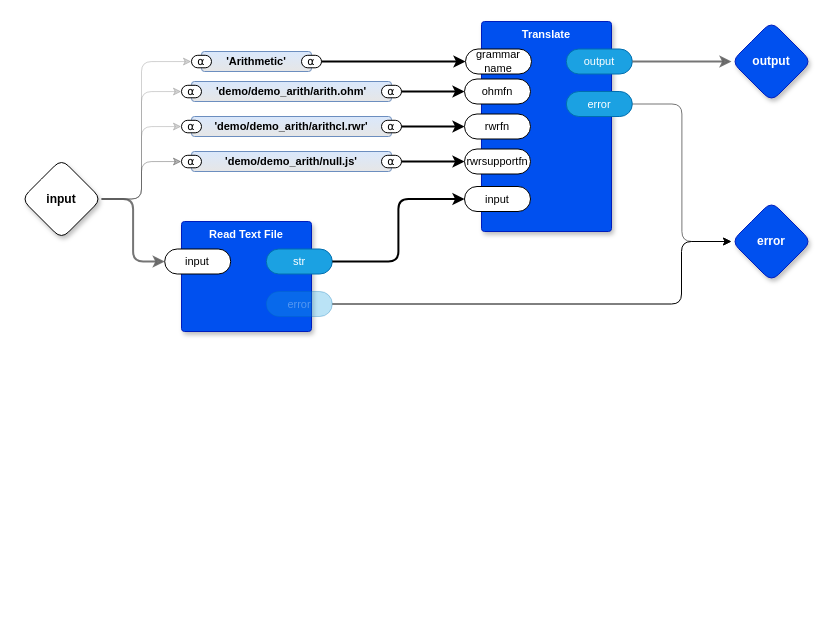
This is page "main" (1 of 11) of src/demo_arith.drawio from guitarvydas/0dproto, a draw.io file, before an edit. Source tidied: cells renumbered, new cells numbered last; positions are measured from the earlier drawing's top-left corner, leaving out a move shared by most shapes. Both pictures are drawn from the tidied source at 100%, with x=0, y=0 at pixel (21, 21).
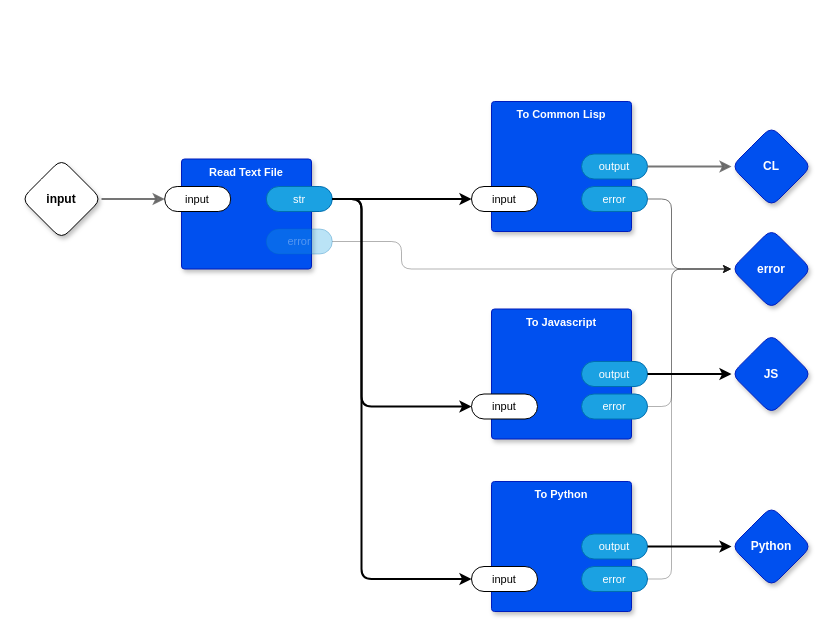
Above is the later version.

The change refers to these unchanged cells:
```xml
<mxCell id="7" value="input" style="rhombus;whiteSpace=wrap;html=1;rounded=1;fontStyle=1;glass=0;sketch=0;fontSize=12;points=[[0,0.5,0,0,0],[0.5,0,0,0,0],[0.5,1,0,0,0],[1,0.5,0,0,0]];shadow=1;fontFamily=Helvetica;fontColor=default;" parent="1" vertex="1">
  <mxGeometry y="137.5" width="80" height="80" as="geometry" />
</mxCell>
<mxCell id="22" value="str" style="rounded=1;whiteSpace=wrap;html=1;sketch=0;points=[[0,0.5,0,0,0],[1,0.5,0,0,0]];fillColor=#1ba1e2;fontColor=#ffffff;strokeColor=#006EAF;arcSize=50;fontFamily=Helvetica;fontSize=11;" parent="20" vertex="1">
  <mxGeometry x="84.8" y="27.5" width="66" height="25" as="geometry" />
</mxCell>
<mxCell id="23" value="error" style="rounded=1;whiteSpace=wrap;html=1;sketch=0;points=[[0,0.5,0,0,0],[1,0.5,0,0,0]];fillColor=#1ba1e2;fontColor=#ffffff;strokeColor=#006EAF;arcSize=50;fontFamily=Helvetica;fontSize=11;textOpacity=30;opacity=30;" parent="20" vertex="1">
  <mxGeometry x="84.8" y="70" width="66" height="25" as="geometry" />
</mxCell>
```

Change to the diagram source:
```diff
@@
-    <mxCell id="3" style="edgeStyle=orthogonalEdgeStyle;shape=connector;rounded=1;jumpStyle=arc;jettySize=auto;html=1;exitX=1;exitY=0.5;exitDx=0;exitDy=0;exitPerimeter=0;entryX=0;entryY=0.5;entryDx=0;entryDy=0;entryPerimeter=0;labelBackgroundColor=default;strokeColor=#666666;strokeWidth=1;fontFamily=Helvetica;fontSize=11;fontColor=default;endArrow=classic;fillColor=#f5f5f5;opacity=30;" parent="1" edge="1" source="7" target="39">
-      <mxGeometry relative="1" as="geometry" />
-    </mxCell>
-    <mxCell id="4" style="edgeStyle=orthogonalEdgeStyle;shape=connector;rounded=1;jumpStyle=none;jettySize=auto;html=1;exitX=1;exitY=0.5;exitDx=0;exitDy=0;exitPerimeter=0;entryX=0;entryY=0.5;entryDx=0;entryDy=0;entryPerimeter=0;labelBackgroundColor=default;strokeColor=#666666;strokeWidth=1;fontFamily=Helvetica;fontSize=11;fontColor=default;endArrow=classic;fillColor=#f5f5f5;opacity=30;" parent="1" edge="1" source="7" target="35">
-      <mxGeometry relative="1" as="geometry" />
-    </mxCell>
-    <mxCell id="5" style="edgeStyle=orthogonalEdgeStyle;shape=connector;rounded=1;jumpStyle=none;jettySize=auto;html=1;exitX=1;exitY=0.5;exitDx=0;exitDy=0;exitPerimeter=0;entryX=0;entryY=0.5;entryDx=0;entryDy=0;entryPerimeter=0;labelBackgroundColor=default;strokeColor=#666666;strokeWidth=1;fontFamily=Helvetica;fontSize=11;fontColor=default;endArrow=classic;fillColor=#f5f5f5;opacity=30;" parent="1" edge="1" source="7" target="28">
-      <mxGeometry relative="1" as="geometry">
-        <Array as="points">
-          <mxPoint x="120" y="178" />
-          <mxPoint x="120" y="40" />
-        </Array>
-      </mxGeometry>
-    </mxCell>
-    <mxCell id="6" style="edgeStyle=orthogonalEdgeStyle;rounded=1;jettySize=auto;html=1;exitX=1;exitY=0.5;exitDx=0;exitDy=0;exitPerimeter=0;entryX=0;entryY=0.5;entryDx=0;entryDy=0;entryPerimeter=0;opacity=30;" parent="1" edge="1" source="7" target="31">
-      <mxGeometry relative="1" as="geometry" />
-    </mxCell>
@@
-    <mxCell id="8" value="output" style="rhombus;whiteSpace=wrap;html=1;rounded=1;fillColor=#0050ef;fontColor=#ffffff;strokeColor=#001DBC;fontStyle=1;glass=0;sketch=0;fontSize=12;points=[[0,0.5,0,0,0],[0.5,0,0,0,0],[0.5,1,0,0,0],[1,0.5,0,0,0]];shadow=1;fontFamily=Helvetica;" parent="1" vertex="1">
-      <mxGeometry x="710" width="80" height="80" as="geometry" />
+    <mxCell id="8" value="CL" style="rhombus;whiteSpace=wrap;html=1;rounded=1;fillColor=#0050ef;fontColor=#ffffff;strokeColor=#001DBC;fontStyle=1;glass=0;sketch=0;fontSize=12;points=[[0,0.5,0,0,0],[0.5,0,0,0,0],[0.5,1,0,0,0],[1,0.5,0,0,0]];shadow=1;fontFamily=Helvetica;" parent="1" vertex="1">
+      <mxGeometry x="710" y="105" width="80" height="80" as="geometry" />
     </mxCell>
-    <mxCell id="9" value="Translate" style="rounded=1;whiteSpace=wrap;html=1;sketch=0;verticalAlign=top;arcSize=6;fontStyle=1;absoluteArcSize=1;shadow=1;strokeColor=#001DBC;fillColor=#0050ef;fontColor=#ffffff;fontFamily=Helvetica;fontSize=11;" parent="1" vertex="1">
-      <mxGeometry x="460" width="130" height="210" as="geometry" />
+    <mxCell id="9" value="To Common Lisp" style="rounded=1;whiteSpace=wrap;html=1;sketch=0;verticalAlign=top;arcSize=6;fontStyle=1;absoluteArcSize=1;shadow=1;strokeColor=#001DBC;fillColor=#0050ef;fontColor=#ffffff;fontFamily=Helvetica;fontSize=11;" parent="1" vertex="1">
+      <mxGeometry x="470" y="80" width="140" height="130" as="geometry" />
     </mxCell>
-    <mxCell id="10" value="ohmfn" style="rounded=1;whiteSpace=wrap;html=1;sketch=0;points=[[0,0.5,0,0,0],[1,0.5,0,0,0]];arcSize=50;fontFamily=Helvetica;fontSize=11;fontColor=default;fontStyle=0;" parent="9" vertex="1">
-      <mxGeometry x="-17" y="57.5" width="66" height="25" as="geometry" />
-    </mxCell>
+    <mxCell id="14" value="input" style="rounded=1;whiteSpace=wrap;html=1;sketch=0;points=[[0,0.5,0,0,0],[1,0.5,0,0,0]];arcSize=50;fontFamily=Helvetica;fontSize=11;fontColor=default;" parent="9" vertex="1">
+      <mxGeometry x="-20" y="85" width="66" height="25" as="geometry" />
+    </mxCell>
     <mxCell id="11" value="output" style="rounded=1;whiteSpace=wrap;html=1;sketch=0;points=[[0,0.5,0,0,0],[1,0.5,0,0,0]];fillColor=#1ba1e2;fontColor=#ffffff;strokeColor=#006EAF;arcSize=50;fontFamily=Helvetica;fontSize=11;" parent="9" vertex="1">
-      <mxGeometry x="84.8" y="27.5" width="66" height="25" as="geometry" />
+      <mxGeometry x="90" y="52.5" width="66" height="25" as="geometry" />
     </mxCell>
     <mxCell id="12" value="error" style="rounded=1;whiteSpace=wrap;html=1;sketch=0;points=[[0,0.5,0,0,0],[1,0.5,0,0,0]];fillColor=#1ba1e2;fontColor=#ffffff;strokeColor=#006EAF;arcSize=50;fontFamily=Helvetica;fontSize=11;" parent="9" vertex="1">
-      <mxGeometry x="84.8" y="70" width="66" height="25" as="geometry" />
+      <mxGeometry x="90" y="85" width="66" height="25" as="geometry" />
     </mxCell>
-    <mxCell id="13" value="rwrfn" style="rounded=1;whiteSpace=wrap;html=1;sketch=0;points=[[0,0.5,0,0,0],[1,0.5,0,0,0]];arcSize=50;fontFamily=Helvetica;fontSize=11;fontColor=default;" parent="9" vertex="1">
-      <mxGeometry x="-17" y="92.5" width="66" height="25" as="geometry" />
-    </mxCell>
-    <mxCell id="14" value="input" style="rounded=1;whiteSpace=wrap;html=1;sketch=0;points=[[0,0.5,0,0,0],[1,0.5,0,0,0]];arcSize=50;fontFamily=Helvetica;fontSize=11;fontColor=default;" parent="9" vertex="1">
-      <mxGeometry x="-17" y="165" width="66" height="25" as="geometry" />
-    </mxCell>
-    <mxCell id="15" value="grammar name" style="rounded=1;whiteSpace=wrap;html=1;sketch=0;points=[[0,0.5,0,0,0],[1,0.5,0,0,0]];arcSize=50;fontFamily=Helvetica;fontSize=11;fontColor=default;" parent="9" vertex="1">
-      <mxGeometry x="-16" y="27.5" width="66" height="25" as="geometry" />
-    </mxCell>
-    <mxCell id="16" value="rwrsupportfn" style="rounded=1;whiteSpace=wrap;html=1;sketch=0;points=[[0,0.5,0,0,0],[1,0.5,0,0,0]];arcSize=50;fontFamily=Helvetica;fontSize=11;fontColor=default;" parent="9" vertex="1">
-      <mxGeometry x="-17" y="127.5" width="66" height="25" as="geometry" />
-    </mxCell>
@@
     <mxCell id="18" value="error" style="rhombus;whiteSpace=wrap;html=1;rounded=1;fillColor=#0050ef;fontColor=#ffffff;strokeColor=#001DBC;fontStyle=1;glass=0;sketch=0;fontSize=12;points=[[0,0.5,0,0,0],[0.5,0,0,0,0],[0.5,1,0,0,0],[1,0.5,0,0,0]];shadow=1;fontFamily=Helvetica;" parent="1" vertex="1">
-      <mxGeometry x="710" y="180" width="80" height="80" as="geometry" />
+      <mxGeometry x="710" y="207.5" width="80" height="80" as="geometry" />
     </mxCell>
     <mxCell id="19" style="edgeStyle=orthogonalEdgeStyle;shape=connector;rounded=1;jumpStyle=arc;jettySize=auto;html=1;exitX=1;exitY=0.5;exitDx=0;exitDy=0;exitPerimeter=0;entryX=0;entryY=0.5;entryDx=0;entryDy=0;entryPerimeter=0;labelBackgroundColor=default;strokeColor=#666666;strokeWidth=1;fontFamily=Helvetica;fontSize=11;fontColor=default;endArrow=classic;fillColor=#f5f5f5;opacity=90;" parent="1" edge="1" source="12" target="18">
-      <mxGeometry relative="1" as="geometry" />
+      <mxGeometry relative="1" as="geometry">
+        <Array as="points">
+          <mxPoint x="650" y="178" />
+          <mxPoint x="650" y="248" />
+        </Array>
+      </mxGeometry>
     </mxCell>
     <mxCell id="20" value="Read Text File" style="rounded=1;whiteSpace=wrap;html=1;sketch=0;verticalAlign=top;arcSize=6;fontStyle=1;absoluteArcSize=1;shadow=1;strokeColor=#001DBC;fillColor=#0050ef;fontColor=#ffffff;fontFamily=Helvetica;fontSize=11;" parent="1" vertex="1">
-      <mxGeometry x="160" y="200" width="130" height="110" as="geometry" />
+      <mxGeometry x="160" y="137.5" width="130" height="110" as="geometry" />
     </mxCell>
@@
-    <mxCell id="25" style="edgeStyle=orthogonalEdgeStyle;rounded=1;jettySize=auto;html=1;exitX=1;exitY=0.5;exitDx=0;exitDy=0;exitPerimeter=0;entryX=0;entryY=0.5;entryDx=0;entryDy=0;entryPerimeter=0;" parent="1" edge="1" source="23" target="18">
+    <mxCell id="25" style="edgeStyle=orthogonalEdgeStyle;rounded=1;jettySize=auto;html=1;exitX=1;exitY=0.5;exitDx=0;exitDy=0;exitPerimeter=0;entryX=0;entryY=0.5;entryDx=0;entryDy=0;entryPerimeter=0;opacity=30;" parent="1" edge="1" source="23" target="18">
       <mxGeometry relative="1" as="geometry">
         <Array as="points">
-          <mxPoint x="660" y="283" />
-          <mxPoint x="660" y="220" />
+          <mxPoint x="380" y="220" />
+          <mxPoint x="380" y="248" />
         </Array>
       </mxGeometry>
     </mxCell>
-    <mxCell id="26" value="'Arithmetic'" style="rounded=1;whiteSpace=wrap;html=1;sketch=0;verticalAlign=middle;arcSize=6;fontStyle=1;absoluteArcSize=1;shadow=0;strokeColor=#6c8ebf;fillColor=#dae8fc;fontFamily=Helvetica;fontSize=11;gradientColor=#E6E6E6;" parent="1" vertex="1">
-      <mxGeometry x="180" y="30" width="110" height="20" as="geometry" />
-    </mxCell>
-    <mxCell id="27" value="⍺" style="rounded=1;whiteSpace=wrap;html=1;sketch=0;points=[[0,0.5,0,0,0],[1,0.5,0,0,0]];arcSize=50;fontFamily=Helvetica;fontSize=11;fontColor=default;" parent="26" vertex="1">
-      <mxGeometry x="100" y="3.8" width="20" height="12.5" as="geometry" />
-    </mxCell>
-    <mxCell id="28" value="⍺" style="rounded=1;whiteSpace=wrap;html=1;sketch=0;points=[[0,0.5,0,0,0],[1,0.5,0,0,0]];arcSize=50;fontFamily=Helvetica;fontSize=11;fontColor=default;" parent="26" vertex="1">
-      <mxGeometry x="-10" y="3.8" width="20" height="12.5" as="geometry" />
-    </mxCell>
-    <mxCell id="29" value="'demo/demo_arith/null.js'" style="rounded=1;whiteSpace=wrap;html=1;sketch=0;verticalAlign=middle;arcSize=6;fontStyle=1;absoluteArcSize=1;shadow=0;strokeColor=#6c8ebf;fillColor=#dae8fc;fontFamily=Helvetica;fontSize=11;gradientColor=#E6E6E6;" parent="1" vertex="1">
-      <mxGeometry x="170" y="130" width="200" height="20" as="geometry" />
-    </mxCell>
-    <mxCell id="30" value="⍺" style="rounded=1;whiteSpace=wrap;html=1;sketch=0;points=[[0,0.5,0,0,0],[1,0.5,0,0,0]];arcSize=50;fontFamily=Helvetica;fontSize=11;fontColor=default;" parent="29" vertex="1">
-      <mxGeometry x="190" y="3.8" width="20" height="12.5" as="geometry" />
-    </mxCell>
-    <mxCell id="31" value="⍺" style="rounded=1;whiteSpace=wrap;html=1;sketch=0;points=[[0,0.5,0,0,0],[1,0.5,0,0,0]];arcSize=50;fontFamily=Helvetica;fontSize=11;fontColor=default;" parent="29" vertex="1">
-      <mxGeometry x="-10" y="3.8" width="20" height="12.5" as="geometry" />
-    </mxCell>
-    <mxCell id="32" style="edgeStyle=orthogonalEdgeStyle;shape=connector;rounded=1;jettySize=auto;html=1;entryX=0;entryY=0.5;entryDx=0;entryDy=0;entryPerimeter=0;labelBackgroundColor=default;strokeColor=default;strokeWidth=2;align=center;verticalAlign=middle;fontFamily=Helvetica;fontSize=11;fontColor=default;endArrow=classic;" parent="1" edge="1" source="30" target="16">
-      <mxGeometry relative="1" as="geometry" />
-    </mxCell>
-    <mxCell id="33" value="'demo/demo_arith/arith.ohm'" style="rounded=1;whiteSpace=wrap;html=1;sketch=0;verticalAlign=middle;arcSize=6;fontStyle=1;absoluteArcSize=1;shadow=0;strokeColor=#6c8ebf;fillColor=#dae8fc;fontFamily=Helvetica;fontSize=11;gradientColor=#E6E6E6;" parent="1" vertex="1">
-      <mxGeometry x="170" y="60" width="200" height="20" as="geometry" />
-    </mxCell>
-    <mxCell id="34" value="⍺" style="rounded=1;whiteSpace=wrap;html=1;sketch=0;points=[[0,0.5,0,0,0],[1,0.5,0,0,0]];arcSize=50;fontFamily=Helvetica;fontSize=11;fontColor=default;" parent="33" vertex="1">
-      <mxGeometry x="190" y="3.8" width="20" height="12.5" as="geometry" />
-    </mxCell>
-    <mxCell id="35" value="⍺" style="rounded=1;whiteSpace=wrap;html=1;sketch=0;points=[[0,0.5,0,0,0],[1,0.5,0,0,0]];arcSize=50;fontFamily=Helvetica;fontSize=11;fontColor=default;" parent="33" vertex="1">
-      <mxGeometry x="-10" y="3.8" width="20" height="12.5" as="geometry" />
-    </mxCell>
-    <mxCell id="36" style="edgeStyle=orthogonalEdgeStyle;shape=connector;rounded=1;jettySize=auto;html=1;exitX=1;exitY=0.5;exitDx=0;exitDy=0;exitPerimeter=0;entryX=0;entryY=0.5;entryDx=0;entryDy=0;entryPerimeter=0;labelBackgroundColor=default;strokeColor=default;strokeWidth=2;align=center;verticalAlign=middle;fontFamily=Helvetica;fontSize=11;fontColor=default;endArrow=classic;" parent="1" edge="1" source="34" target="10">
-      <mxGeometry relative="1" as="geometry">
-        <Array as="points">
-          <mxPoint x="410" y="70" />
-          <mxPoint x="410" y="70" />
-        </Array>
-      </mxGeometry>
-    </mxCell>
-    <mxCell id="37" value="'demo/demo_arith/arithcl.rwr'" style="rounded=1;whiteSpace=wrap;html=1;sketch=0;verticalAlign=middle;arcSize=6;fontStyle=1;absoluteArcSize=1;shadow=0;strokeColor=#6c8ebf;fillColor=#dae8fc;fontFamily=Helvetica;fontSize=11;gradientColor=#E6E6E6;" parent="1" vertex="1">
-      <mxGeometry x="170" y="95" width="200" height="20" as="geometry" />
-    </mxCell>
-    <mxCell id="38" value="⍺" style="rounded=1;whiteSpace=wrap;html=1;sketch=0;points=[[0,0.5,0,0,0],[1,0.5,0,0,0]];arcSize=50;fontFamily=Helvetica;fontSize=11;fontColor=default;" parent="37" vertex="1">
-      <mxGeometry x="190" y="3.8" width="20" height="12.5" as="geometry" />
-    </mxCell>
-    <mxCell id="39" value="⍺" style="rounded=1;whiteSpace=wrap;html=1;sketch=0;points=[[0,0.5,0,0,0],[1,0.5,0,0,0]];arcSize=50;fontFamily=Helvetica;fontSize=11;fontColor=default;" parent="37" vertex="1">
-      <mxGeometry x="-10" y="3.8" width="20" height="12.5" as="geometry" />
-    </mxCell>
-    <mxCell id="40" style="edgeStyle=orthogonalEdgeStyle;shape=connector;rounded=1;jettySize=auto;html=1;labelBackgroundColor=default;strokeColor=default;strokeWidth=2;align=center;verticalAlign=middle;fontFamily=Helvetica;fontSize=11;fontColor=default;endArrow=classic;" parent="1" edge="1" source="38" target="13">
-      <mxGeometry relative="1" as="geometry" />
-    </mxCell>
-    <mxCell id="41" style="edgeStyle=orthogonalEdgeStyle;shape=connector;rounded=1;jettySize=auto;html=1;exitX=1;exitY=0.5;exitDx=0;exitDy=0;exitPerimeter=0;entryX=0;entryY=0.5;entryDx=0;entryDy=0;entryPerimeter=0;labelBackgroundColor=default;strokeColor=default;strokeWidth=2;align=center;verticalAlign=middle;fontFamily=Helvetica;fontSize=11;fontColor=default;endArrow=classic;" parent="1" edge="1" source="27" target="15">
-      <mxGeometry relative="1" as="geometry" />
-    </mxCell>
+    <mxCell id="42" value="To Javascript" style="rounded=1;whiteSpace=wrap;html=1;sketch=0;verticalAlign=top;arcSize=6;fontStyle=1;absoluteArcSize=1;shadow=1;strokeColor=#001DBC;fillColor=#0050ef;fontColor=#ffffff;fontFamily=Helvetica;fontSize=11;" parent="1" vertex="1">
+      <mxGeometry x="470" y="287.5" width="140" height="130" as="geometry" />
+    </mxCell>
+    <mxCell id="43" value="input" style="rounded=1;whiteSpace=wrap;html=1;sketch=0;points=[[0,0.5,0,0,0],[1,0.5,0,0,0]];arcSize=50;fontFamily=Helvetica;fontSize=11;fontColor=default;" parent="42" vertex="1">
+      <mxGeometry x="-20" y="85" width="66" height="25" as="geometry" />
+    </mxCell>
+    <mxCell id="44" value="output" style="rounded=1;whiteSpace=wrap;html=1;sketch=0;points=[[0,0.5,0,0,0],[1,0.5,0,0,0]];fillColor=#1ba1e2;fontColor=#ffffff;strokeColor=#006EAF;arcSize=50;fontFamily=Helvetica;fontSize=11;" parent="42" vertex="1">
+      <mxGeometry x="90" y="52.5" width="66" height="25" as="geometry" />
+    </mxCell>
+    <mxCell id="45" value="error" style="rounded=1;whiteSpace=wrap;html=1;sketch=0;points=[[0,0.5,0,0,0],[1,0.5,0,0,0]];fillColor=#1ba1e2;fontColor=#ffffff;strokeColor=#006EAF;arcSize=50;fontFamily=Helvetica;fontSize=11;" parent="42" vertex="1">
+      <mxGeometry x="90" y="85" width="66" height="25" as="geometry" />
+    </mxCell>
+    <mxCell id="46" style="edgeStyle=orthogonalEdgeStyle;rounded=1;jettySize=auto;html=1;entryX=0;entryY=0.5;entryDx=0;entryDy=0;entryPerimeter=0;opacity=30;" parent="1" edge="1" source="45" target="18">
+      <mxGeometry relative="1" as="geometry">
+        <Array as="points">
+          <mxPoint x="650" y="385" />
+          <mxPoint x="650" y="248" />
+        </Array>
+      </mxGeometry>
+    </mxCell>
+    <mxCell id="47" style="edgeStyle=orthogonalEdgeStyle;rounded=1;jettySize=auto;html=1;exitX=1;exitY=0.5;exitDx=0;exitDy=0;exitPerimeter=0;entryX=0;entryY=0.5;entryDx=0;entryDy=0;entryPerimeter=0;strokeWidth=2;" parent="1" edge="1" source="22" target="43">
+      <mxGeometry relative="1" as="geometry">
+        <Array as="points">
+          <mxPoint x="340" y="178" />
+          <mxPoint x="340" y="385" />
+        </Array>
+      </mxGeometry>
+    </mxCell>
+    <mxCell id="48" value="JS" style="rhombus;whiteSpace=wrap;html=1;rounded=1;fillColor=#0050ef;fontColor=#ffffff;strokeColor=#001DBC;fontStyle=1;glass=0;sketch=0;fontSize=12;points=[[0,0.5,0,0,0],[0.5,0,0,0,0],[0.5,1,0,0,0],[1,0.5,0,0,0]];shadow=1;fontFamily=Helvetica;" parent="1" vertex="1">
+      <mxGeometry x="710" y="312.5" width="80" height="80" as="geometry" />
+    </mxCell>
+    <mxCell id="49" style="edgeStyle=orthogonalEdgeStyle;rounded=1;jettySize=auto;html=1;exitX=1;exitY=0.5;exitDx=0;exitDy=0;exitPerimeter=0;entryX=0;entryY=0.5;entryDx=0;entryDy=0;entryPerimeter=0;strokeWidth=2;" parent="1" edge="1" source="44" target="48">
+      <mxGeometry relative="1" as="geometry" />
+    </mxCell>
+    <mxCell id="50" value="To Python" style="rounded=1;whiteSpace=wrap;html=1;sketch=0;verticalAlign=top;arcSize=6;fontStyle=1;absoluteArcSize=1;shadow=1;strokeColor=#001DBC;fillColor=#0050ef;fontColor=#ffffff;fontFamily=Helvetica;fontSize=11;" parent="1" vertex="1">
+      <mxGeometry x="470" y="460" width="140" height="130" as="geometry" />
+    </mxCell>
+    <mxCell id="51" value="input" style="rounded=1;whiteSpace=wrap;html=1;sketch=0;points=[[0,0.5,0,0,0],[1,0.5,0,0,0]];arcSize=50;fontFamily=Helvetica;fontSize=11;fontColor=default;" parent="50" vertex="1">
+      <mxGeometry x="-20" y="85" width="66" height="25" as="geometry" />
+    </mxCell>
+    <mxCell id="52" value="output" style="rounded=1;whiteSpace=wrap;html=1;sketch=0;points=[[0,0.5,0,0,0],[1,0.5,0,0,0]];fillColor=#1ba1e2;fontColor=#ffffff;strokeColor=#006EAF;arcSize=50;fontFamily=Helvetica;fontSize=11;" parent="50" vertex="1">
+      <mxGeometry x="90" y="52.5" width="66" height="25" as="geometry" />
+    </mxCell>
+    <mxCell id="53" value="error" style="rounded=1;whiteSpace=wrap;html=1;sketch=0;points=[[0,0.5,0,0,0],[1,0.5,0,0,0]];fillColor=#1ba1e2;fontColor=#ffffff;strokeColor=#006EAF;arcSize=50;fontFamily=Helvetica;fontSize=11;" parent="50" vertex="1">
+      <mxGeometry x="90" y="85" width="66" height="25" as="geometry" />
+    </mxCell>
+    <mxCell id="54" value="Python" style="rhombus;whiteSpace=wrap;html=1;rounded=1;fillColor=#0050ef;fontColor=#ffffff;strokeColor=#001DBC;fontStyle=1;glass=0;sketch=0;fontSize=12;points=[[0,0.5,0,0,0],[0.5,0,0,0,0],[0.5,1,0,0,0],[1,0.5,0,0,0]];shadow=1;fontFamily=Helvetica;" parent="1" vertex="1">
+      <mxGeometry x="710" y="485" width="80" height="80" as="geometry" />
+    </mxCell>
+    <mxCell id="55" style="edgeStyle=orthogonalEdgeStyle;rounded=1;jettySize=auto;html=1;exitX=1;exitY=0.5;exitDx=0;exitDy=0;exitPerimeter=0;entryX=0;entryY=0.5;entryDx=0;entryDy=0;entryPerimeter=0;strokeWidth=2;" parent="1" edge="1" source="52" target="54">
+      <mxGeometry relative="1" as="geometry" />
+    </mxCell>
+    <mxCell id="56" style="edgeStyle=orthogonalEdgeStyle;rounded=1;jettySize=auto;html=1;exitX=1;exitY=0.5;exitDx=0;exitDy=0;exitPerimeter=0;entryX=0;entryY=0.5;entryDx=0;entryDy=0;entryPerimeter=0;strokeWidth=2;" parent="1" edge="1" source="22" target="51">
+      <mxGeometry relative="1" as="geometry">
+        <Array as="points">
+          <mxPoint x="340" y="178" />
+          <mxPoint x="340" y="558" />
+        </Array>
+      </mxGeometry>
+    </mxCell>
+    <mxCell id="57" style="edgeStyle=orthogonalEdgeStyle;rounded=1;jettySize=auto;html=1;exitX=1;exitY=0.5;exitDx=0;exitDy=0;exitPerimeter=0;entryX=0;entryY=0.5;entryDx=0;entryDy=0;entryPerimeter=0;opacity=30;" parent="1" edge="1" source="53" target="18">
+      <mxGeometry relative="1" as="geometry">
+        <Array as="points">
+          <mxPoint x="650" y="558" />
+          <mxPoint x="650" y="248" />
+        </Array>
+      </mxGeometry>
+    </mxCell>
```
